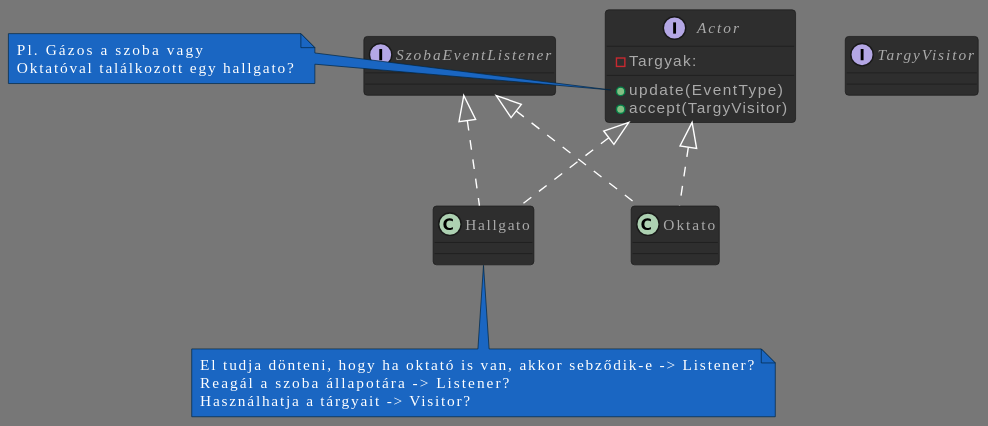
MBakter/echo keeps this PlantUML diagram as class.svg. Above is the earlier version. Its diagram source:
```plantuml
@startuml
!theme reddress-darkblue
interface Actor{
-Targyak:
+update(EventType)
+accept(TargyVisitor)
}
interface TargyVisitor
interface SzobaEventListener

class Hallgato implements Actor, SzobaEventListener{

}
class Oktato implements Actor, SzobaEventListener{

}

note bottom of Hallgato
El tudja dönteni, hogy ha oktató is van, akkor sebződik-e -> Listener?
Reagál a szoba állapotára -> Listener?
Használhatja a tárgyait -> Visitor?
end note
note left of Actor::update
Pl. Gázos a szoba vagy
Oktatóval találkozott egy hallgato?
end note
@enduml
```
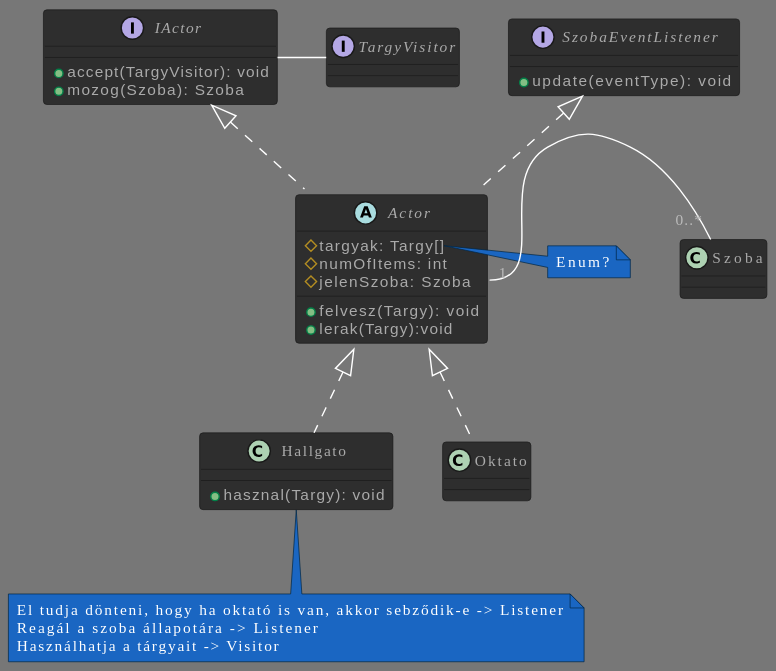
After the commit.

The edit, as a diff of the source:
```diff
@@ -1,27 +1,50 @@
 @startuml
 !theme reddress-darkblue
-interface Actor{
--Targyak:
-+update(EventType)
-+accept(TargyVisitor)
+interface IActor{
++accept(TargyVisitor): void
++mozog(Szoba): Szoba
 }
 interface TargyVisitor
-interface SzobaEventListener
-
-class Hallgato implements Actor, SzobaEventListener{
-
-}
-class Oktato implements Actor, SzobaEventListener{
-
+interface SzobaEventListener{
++update(eventType): void
 }
 
+abstract class Actor implements IActor, SzobaEventListener {
+#targyak: Targy[]
+#numOfItems: int
+#jelenSzoba: Szoba
++felvesz(Targy): void
++lerak(Targy):void
+}
+class Hallgato implements Actor {
++hasznal(Targy): void
+}
+class Oktato implements Actor {
+}
+class Szoba {
+}
+
+Actor::jelenSzoba "1" - "0..*" Szoba
+IActor - TargyVisitor
+
 note bottom of Hallgato
-El tudja dönteni, hogy ha oktató is van, akkor sebződik-e -> Listener?
-Reagál a szoba állapotára -> Listener?
-Használhatja a tárgyait -> Visitor?
+El tudja dönteni, hogy ha oktató is van, akkor sebződik-e -> Listener
+Reagál a szoba állapotára -> Listener
+Használhatja a tárgyait -> Visitor
 end note
 note left of Actor::update
 Pl. Gázos a szoba vagy
 Oktatóval találkozott egy hallgato?
 end note
+note right of Actor::targyak
+Enum?
+end note
+note left of IActor::update
+Ezzel reagál arra hogy pl. gázos a
+szoba/lemegy a hp-d?
+end note
+note left of Hallgato::UseItem
+Oktató nem tud tárgyakat használni a
+specifikációnk szerint.
+end note
 @enduml
```
